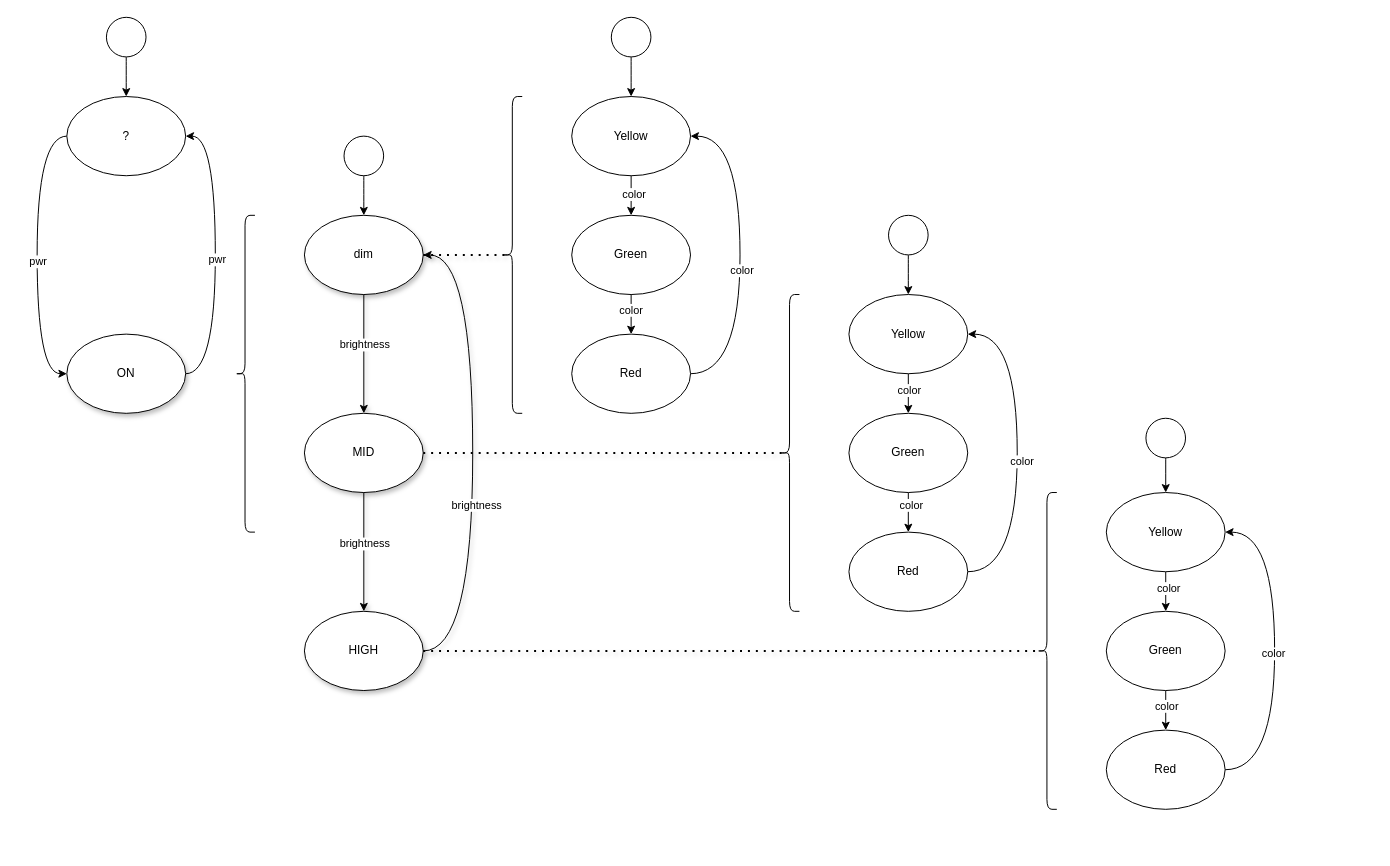
Earlier version of the draw.io diagram page "Lamp" (4 of 7) of hsm.drawio (guitarvydas/hsm). Source tidied: cells renumbered, new cells numbered last; positions are measured from the earlier drawing's top-left corner, leaving out a move shared by most shapes. Both pictures are drawn from the tidied source at 99%, with x=0, y=0 at pixel (37, 17).
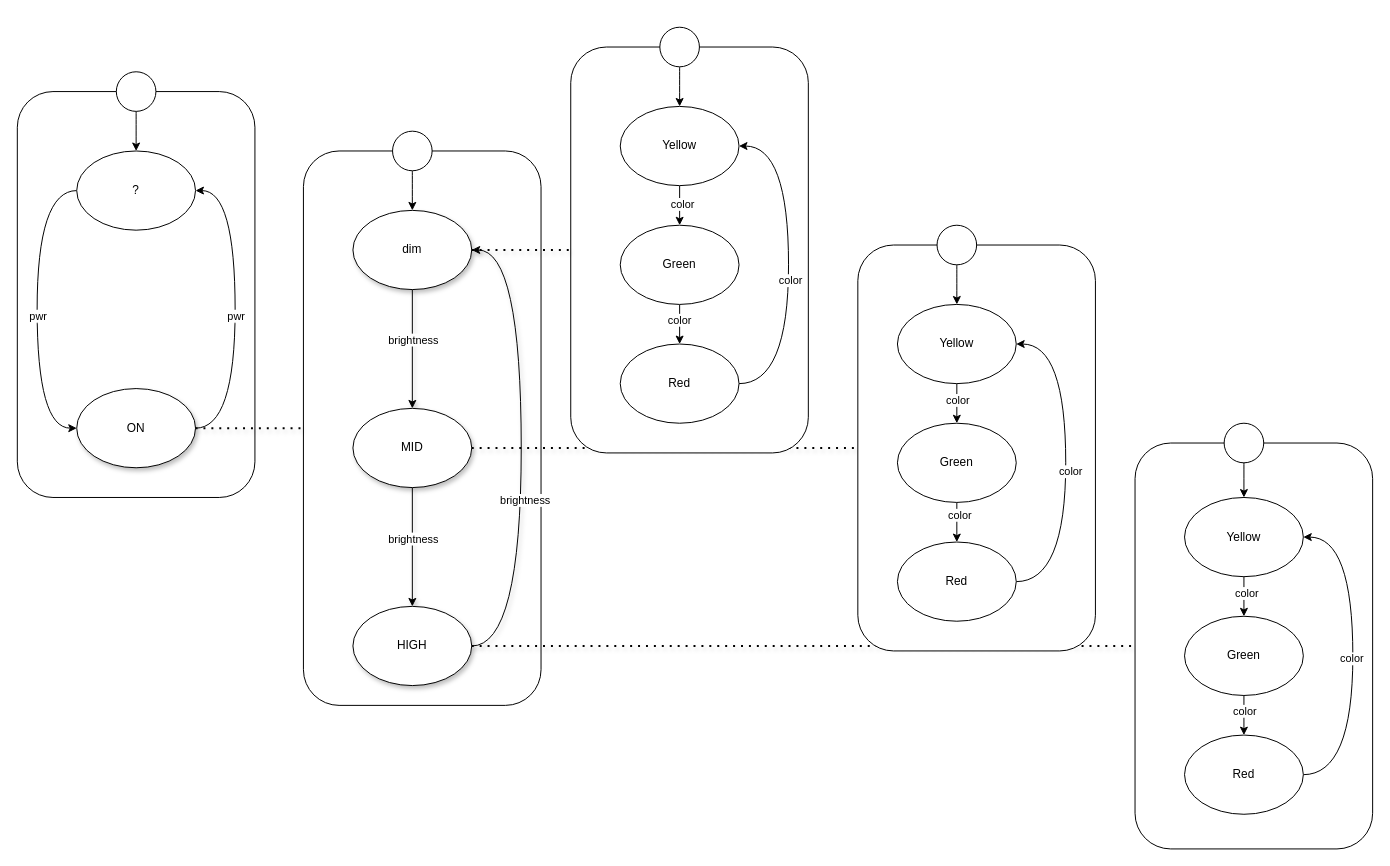
Above is the later version.

What changed in the source:
```diff
@@
+    <mxCell id="61" style="rounded=1;whiteSpace=wrap;html=1;" parent="1" vertex="1">
+      <mxGeometry x="-20" y="75" width="240" height="410" as="geometry" />
+    </mxCell>
+    <mxCell id="62" style="rounded=1;whiteSpace=wrap;html=1;" parent="1" vertex="1">
+      <mxGeometry x="269" y="135" width="240" height="560" as="geometry" />
+    </mxCell>
+    <mxCell id="50" style="endArrow=none;dashed=1;html=1;dashPattern=1 3;strokeWidth=2;shadow=1;entryX=0;entryY=0.5;entryDx=0;entryDy=0;exitX=1;exitY=0.5;exitDx=0;exitDy=0;" parent="1" edge="1" source="16" target="64">
+      <mxGeometry relative="1" as="geometry" />
+    </mxCell>
+    <mxCell id="49" style="endArrow=none;dashed=1;html=1;dashPattern=1 3;strokeWidth=2;shadow=1;entryX=0;entryY=0.5;entryDx=0;entryDy=0;exitX=1;exitY=0.5;exitDx=0;exitDy=0;" parent="1" edge="1" source="13" target="63">
+      <mxGeometry relative="1" as="geometry" />
+    </mxCell>
+    <mxCell id="63" style="rounded=1;whiteSpace=wrap;html=1;" parent="1" vertex="1">
+      <mxGeometry x="829" y="230" width="240" height="410" as="geometry" />
+    </mxCell>
+    <mxCell id="64" style="rounded=1;whiteSpace=wrap;html=1;" parent="1" vertex="1">
+      <mxGeometry x="1109" y="430" width="240" height="410" as="geometry" />
+    </mxCell>
+    <mxCell id="65" style="rounded=1;whiteSpace=wrap;html=1;" parent="1" vertex="1">
+      <mxGeometry x="539" y="30" width="240" height="410" as="geometry" />
+    </mxCell>
     <mxCell id="2" style="edgeStyle=orthogonalEdgeStyle;curved=1;jettySize=auto;html=1;exitX=0;exitY=0.5;exitDx=0;exitDy=0;entryX=0;entryY=0.5;entryDx=0;entryDy=0;" parent="1" edge="1" source="4" target="7">
       <mxGeometry relative="1" as="geometry">
         <Array as="points">
-          <mxPoint y="120" />
-          <mxPoint y="360" />
+          <mxPoint y="175" />
+          <mxPoint y="415" />
         </Array>
       </mxGeometry>
     </mxCell>
@@
     <mxCell id="4" value="?" style="ellipse;whiteSpace=wrap;html=1;shadow=0;" parent="1" vertex="1">
-      <mxGeometry x="30" y="80" width="120" height="80" as="geometry" />
+      <mxGeometry x="40" y="135" width="120" height="80" as="geometry" />
     </mxCell>
     <mxCell id="5" style="edgeStyle=orthogonalEdgeStyle;curved=1;jettySize=auto;html=1;exitX=1;exitY=0.5;exitDx=0;exitDy=0;entryX=1;entryY=0.5;entryDx=0;entryDy=0;" parent="1" edge="1" source="7" target="4">
       <mxGeometry relative="1" as="geometry">
         <Array as="points">
-          <mxPoint x="180" y="360" />
-          <mxPoint x="180" y="120" />
+          <mxPoint x="200" y="415" />
+          <mxPoint x="200" y="175" />
         </Array>
       </mxGeometry>
     </mxCell>
     <mxCell id="6" value="pwr" style="edgeLabel;html=1;align=center;verticalAlign=middle;" parent="5" vertex="1">
-      <mxGeometry x="-0.03" y="-1" relative="1" as="geometry" />
+      <mxGeometry x="-0.04" relative="1" as="geometry" />
     </mxCell>
     <mxCell id="7" value="ON" style="ellipse;whiteSpace=wrap;html=1;shadow=1;" parent="1" vertex="1">
-      <mxGeometry x="30" y="320" width="120" height="80" as="geometry" />
+      <mxGeometry x="40" y="375" width="120" height="80" as="geometry" />
     </mxCell>
@@
     <mxCell id="10" value="dim" style="ellipse;whiteSpace=wrap;html=1;shadow=1;" parent="1" vertex="1">
-      <mxGeometry x="270" y="200" width="120" height="80" as="geometry" />
+      <mxGeometry x="319" y="195" width="120" height="80" as="geometry" />
     </mxCell>
@@
     <mxCell id="13" value="MID" style="ellipse;whiteSpace=wrap;html=1;shadow=1;" parent="1" vertex="1">
-      <mxGeometry x="270" y="400" width="120" height="80" as="geometry" />
+      <mxGeometry x="319" y="395" width="120" height="80" as="geometry" />
     </mxCell>
     <mxCell id="14" style="edgeStyle=orthogonalEdgeStyle;curved=1;jettySize=auto;html=1;exitX=1;exitY=0.5;exitDx=0;exitDy=0;entryX=1;entryY=0.5;entryDx=0;entryDy=0;shadow=1;" parent="1" edge="1" source="16" target="10">
       <mxGeometry relative="1" as="geometry">
         <Array as="points">
-          <mxPoint x="440" y="640" />
-          <mxPoint x="440" y="240" />
+          <mxPoint x="489" y="635" />
+          <mxPoint x="489" y="235" />
         </Array>
       </mxGeometry>
     </mxCell>
@@
     <mxCell id="16" value="HIGH" style="ellipse;whiteSpace=wrap;html=1;shadow=1;" parent="1" vertex="1">
-      <mxGeometry x="270" y="600" width="120" height="80" as="geometry" />
+      <mxGeometry x="319" y="595" width="120" height="80" as="geometry" />
     </mxCell>
-    <mxCell id="17" style="shape=curlyBracket;whiteSpace=wrap;html=1;rounded=1;shadow=0;" parent="1" vertex="1">
-      <mxGeometry x="200" y="200" width="20" height="320" as="geometry" />
-    </mxCell>
@@
     <mxCell id="20" value="Yellow" style="ellipse;whiteSpace=wrap;html=1;shadow=0;" parent="1" vertex="1">
-      <mxGeometry x="540" y="80" width="120" height="80" as="geometry" />
+      <mxGeometry x="589" y="90" width="120" height="80" as="geometry" />
     </mxCell>
@@
     <mxCell id="23" value="Green" style="ellipse;whiteSpace=wrap;html=1;shadow=0;" parent="1" vertex="1">
-      <mxGeometry x="540" y="200" width="120" height="80" as="geometry" />
+      <mxGeometry x="589" y="210" width="120" height="80" as="geometry" />
     </mxCell>
     <mxCell id="24" style="edgeStyle=orthogonalEdgeStyle;jettySize=auto;html=1;exitX=1;exitY=0.5;exitDx=0;exitDy=0;entryX=1;entryY=0.5;entryDx=0;entryDy=0;curved=1;" parent="1" edge="1" source="26" target="20">
       <mxGeometry relative="1" as="geometry">
         <Array as="points">
-          <mxPoint x="710" y="360" />
-          <mxPoint x="710" y="120" />
+          <mxPoint x="759" y="370" />
+          <mxPoint x="759" y="130" />
         </Array>
       </mxGeometry>
     </mxCell>
@@
     <mxCell id="26" value="Red" style="ellipse;whiteSpace=wrap;html=1;shadow=0;" parent="1" vertex="1">
-      <mxGeometry x="540" y="320" width="120" height="80" as="geometry" />
+      <mxGeometry x="589" y="330" width="120" height="80" as="geometry" />
     </mxCell>
-    <mxCell id="27" style="shape=curlyBracket;whiteSpace=wrap;html=1;rounded=1;shadow=0;" parent="1" vertex="1">
-      <mxGeometry x="470" y="80" width="20" height="320" as="geometry" />
-    </mxCell>
@@
     <mxCell id="30" value="Yellow" style="ellipse;whiteSpace=wrap;html=1;shadow=0;" parent="1" vertex="1">
-      <mxGeometry x="820" y="280" width="120" height="80" as="geometry" />
+      <mxGeometry x="869" y="290" width="120" height="80" as="geometry" />
     </mxCell>
@@
     <mxCell id="33" value="Green" style="ellipse;whiteSpace=wrap;html=1;shadow=0;" parent="1" vertex="1">
-      <mxGeometry x="820" y="400" width="120" height="80" as="geometry" />
+      <mxGeometry x="869" y="410" width="120" height="80" as="geometry" />
     </mxCell>
     <mxCell id="34" style="edgeStyle=orthogonalEdgeStyle;jettySize=auto;html=1;exitX=1;exitY=0.5;exitDx=0;exitDy=0;entryX=1;entryY=0.5;entryDx=0;entryDy=0;curved=1;" parent="1" edge="1" source="36" target="30">
       <mxGeometry relative="1" as="geometry">
         <Array as="points">
-          <mxPoint x="990" y="560" />
-          <mxPoint x="990" y="320" />
+          <mxPoint x="1039" y="570" />
+          <mxPoint x="1039" y="330" />
         </Array>
       </mxGeometry>
     </mxCell>
@@
     <mxCell id="36" value="Red" style="ellipse;whiteSpace=wrap;html=1;shadow=0;" parent="1" vertex="1">
-      <mxGeometry x="820" y="520" width="120" height="80" as="geometry" />
+      <mxGeometry x="869" y="530" width="120" height="80" as="geometry" />
     </mxCell>
-    <mxCell id="37" style="shape=curlyBracket;whiteSpace=wrap;html=1;rounded=1;shadow=0;" parent="1" vertex="1">
-      <mxGeometry x="750" y="280" width="20" height="320" as="geometry" />
-    </mxCell>
@@
     <mxCell id="40" value="Yellow" style="ellipse;whiteSpace=wrap;html=1;shadow=0;" parent="1" vertex="1">
-      <mxGeometry x="1080" y="480" width="120" height="80" as="geometry" />
+      <mxGeometry x="1159" y="485" width="120" height="80" as="geometry" />
     </mxCell>
@@
     <mxCell id="43" value="Green" style="ellipse;whiteSpace=wrap;html=1;shadow=0;" parent="1" vertex="1">
-      <mxGeometry x="1080" y="600" width="120" height="80" as="geometry" />
+      <mxGeometry x="1159" y="605" width="120" height="80" as="geometry" />
     </mxCell>
     <mxCell id="44" style="edgeStyle=orthogonalEdgeStyle;jettySize=auto;html=1;exitX=1;exitY=0.5;exitDx=0;exitDy=0;entryX=1;entryY=0.5;entryDx=0;entryDy=0;curved=1;" parent="1" edge="1" source="46" target="40">
       <mxGeometry relative="1" as="geometry">
         <Array as="points">
-          <mxPoint x="1250" y="760" />
-          <mxPoint x="1250" y="520" />
+          <mxPoint x="1329" y="765" />
+          <mxPoint x="1329" y="525" />
         </Array>
       </mxGeometry>
     </mxCell>
@@
     <mxCell id="46" value="Red" style="ellipse;whiteSpace=wrap;html=1;shadow=0;" parent="1" vertex="1">
-      <mxGeometry x="1080" y="720" width="120" height="80" as="geometry" />
+      <mxGeometry x="1159" y="725" width="120" height="80" as="geometry" />
     </mxCell>
-    <mxCell id="47" style="shape=curlyBracket;whiteSpace=wrap;html=1;rounded=1;shadow=0;" parent="1" vertex="1">
-      <mxGeometry x="1010" y="480" width="20" height="320" as="geometry" />
-    </mxCell>
-    <mxCell id="48" style="endArrow=none;dashed=1;html=1;dashPattern=1 3;strokeWidth=2;shadow=1;entryX=0.1;entryY=0.5;entryDx=0;entryDy=0;entryPerimeter=0;exitX=1;exitY=0.5;exitDx=0;exitDy=0;" parent="1" edge="1" source="10" target="27">
+    <mxCell id="48" style="endArrow=none;dashed=1;html=1;dashPattern=1 3;strokeWidth=2;shadow=1;entryX=0;entryY=0.5;entryDx=0;entryDy=0;exitX=1;exitY=0.5;exitDx=0;exitDy=0;" parent="1" edge="1" source="10" target="65">
       <mxGeometry relative="1" as="geometry" />
     </mxCell>
-    <mxCell id="49" style="endArrow=none;dashed=1;html=1;dashPattern=1 3;strokeWidth=2;shadow=1;entryX=0.1;entryY=0.5;entryDx=0;entryDy=0;entryPerimeter=0;exitX=1;exitY=0.5;exitDx=0;exitDy=0;" parent="1" edge="1" source="13" target="37">
-      <mxGeometry relative="1" as="geometry" />
-    </mxCell>
-    <mxCell id="50" style="endArrow=none;dashed=1;html=1;dashPattern=1 3;strokeWidth=2;shadow=1;entryX=0.1;entryY=0.5;entryDx=0;entryDy=0;entryPerimeter=0;exitX=1;exitY=0.5;exitDx=0;exitDy=0;" parent="1" edge="1" source="16" target="47">
-      <mxGeometry relative="1" as="geometry" />
-    </mxCell>
@@
     <mxCell id="52" style="ellipse;whiteSpace=wrap;html=1;shadow=0;" parent="1" vertex="1">
-      <mxGeometry x="70" width="40" height="40" as="geometry" />
+      <mxGeometry x="80" y="55" width="40" height="40" as="geometry" />
     </mxCell>
@@
     <mxCell id="54" style="ellipse;whiteSpace=wrap;html=1;shadow=0;" parent="1" vertex="1">
-      <mxGeometry x="310" y="120" width="40" height="40" as="geometry" />
+      <mxGeometry x="359" y="115" width="40" height="40" as="geometry" />
     </mxCell>
@@
     <mxCell id="56" style="ellipse;whiteSpace=wrap;html=1;shadow=0;" parent="1" vertex="1">
-      <mxGeometry x="580" width="40" height="40" as="geometry" />
+      <mxGeometry x="629" y="10" width="40" height="40" as="geometry" />
     </mxCell>
@@
     <mxCell id="58" style="ellipse;whiteSpace=wrap;html=1;shadow=0;" parent="1" vertex="1">
-      <mxGeometry x="860" y="200" width="40" height="40" as="geometry" />
+      <mxGeometry x="909" y="210" width="40" height="40" as="geometry" />
     </mxCell>
@@
     <mxCell id="60" style="ellipse;whiteSpace=wrap;html=1;shadow=0;" parent="1" vertex="1">
-      <mxGeometry x="1120" y="405" width="40" height="40" as="geometry" />
+      <mxGeometry x="1199" y="410" width="40" height="40" as="geometry" />
     </mxCell>
+    <mxCell id="66" style="endArrow=none;dashed=1;html=1;dashPattern=1 3;strokeWidth=2;shadow=1;entryX=0;entryY=0.5;entryDx=0;entryDy=0;exitX=1;exitY=0.5;exitDx=0;exitDy=0;" parent="1" edge="1" source="7" target="62">
+      <mxGeometry relative="1" as="geometry" />
+    </mxCell>
```
